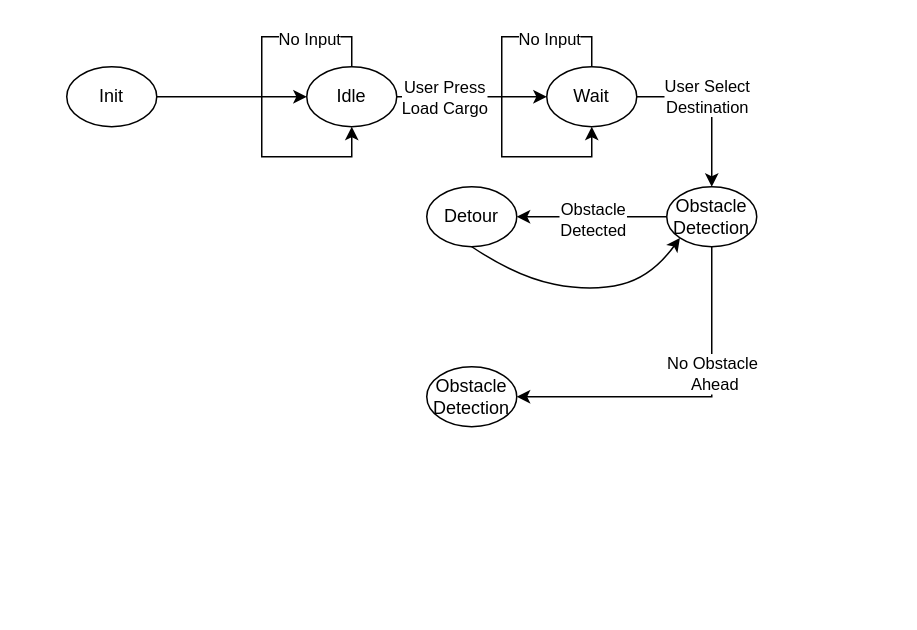
Before: docs/State Machine.drawio in bryanli-ucl/AIPS, a draw.io diagram. Source tidied: cells renumbered, new cells numbered last; positions are measured from the earlier drawing's top-left corner, leaving out a move shared by most shapes. Both pictures are drawn from the tidied source at 150%, with x=0, y=0 at pixel (66, 36).
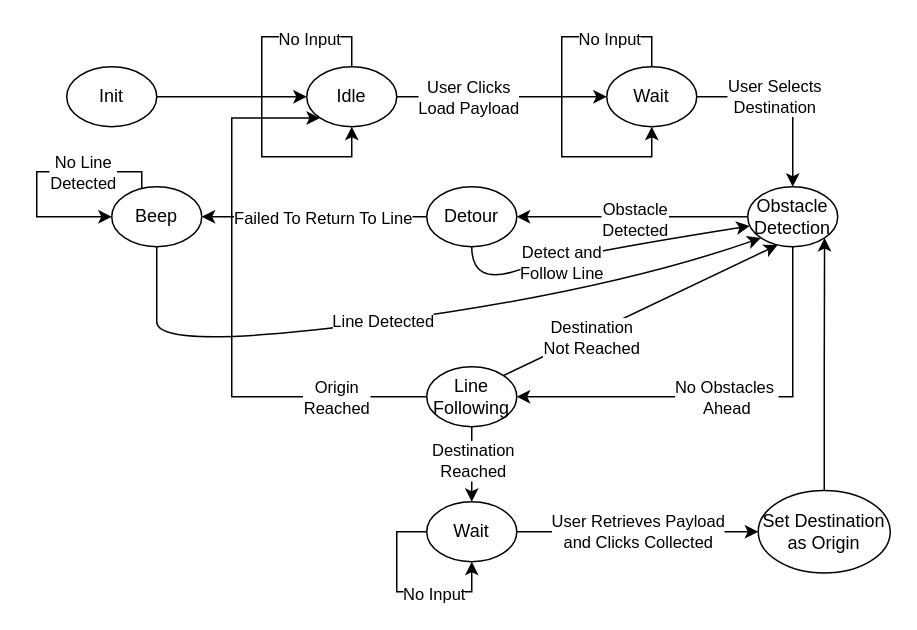
Above is the later version.

Unchanged cells that the change refers to:
```xml
<mxCell id="4" style="edgeStyle=orthogonalEdgeStyle;rounded=0;jettySize=auto;html=1;entryX=0;entryY=0.5;entryDx=0;entryDy=0;" parent="1" edge="1" source="6" target="11">
  <mxGeometry relative="1" as="geometry" />
</mxCell>
<mxCell id="6" value="Idle" style="ellipse;whiteSpace=wrap;html=1;" parent="1" vertex="1">
  <mxGeometry x="160" y="20" width="60" height="40" as="geometry" />
</mxCell>
<mxCell id="9" style="edgeStyle=orthogonalEdgeStyle;rounded=0;jettySize=auto;html=1;" parent="1" edge="1" source="11" target="18">
  <mxGeometry relative="1" as="geometry" />
</mxCell>
<mxCell id="19" value="Detour" style="ellipse;whiteSpace=wrap;html=1;" parent="1" vertex="1">
  <mxGeometry x="240" y="100" width="60" height="40" as="geometry" />
</mxCell>
```

What changed in the source:
```diff
@@
-    <mxCell id="5" value="User Press&lt;div&gt;Load Cargo&lt;/div&gt;" style="edgeLabel;html=1;align=center;verticalAlign=middle;" parent="4" vertex="1">
+    <mxCell id="5" value="User Clicks&lt;div&gt;Load Payload&lt;/div&gt;" style="edgeLabel;html=1;align=center;verticalAlign=middle;" parent="4" vertex="1">
       <mxGeometry x="-0.19" y="2" relative="1" as="geometry">
         <mxPoint x="-10" y="2" as="offset" />
       </mxGeometry>
     </mxCell>
@@
-    <mxCell id="10" value="User Select&lt;div&gt;Destination&lt;/div&gt;" style="edgeLabel;html=1;align=center;verticalAlign=middle;" parent="9" vertex="1">
+    <mxCell id="10" value="User Selects&lt;div&gt;Destination&lt;/div&gt;" style="edgeLabel;html=1;align=center;verticalAlign=middle;" parent="9" vertex="1">
       <mxGeometry x="-0.17" y="1" relative="1" as="geometry" />
     </mxCell>
     <mxCell id="11" value="Wait" style="ellipse;whiteSpace=wrap;html=1;" parent="1" vertex="1">
-      <mxGeometry x="320" y="20" width="60" height="40" as="geometry" />
+      <mxGeometry x="360" y="20" width="60" height="40" as="geometry" />
     </mxCell>
     <mxCell id="12" style="edgeStyle=orthogonalEdgeStyle;rounded=0;orthogonalLoop=1;jettySize=auto;html=1;entryX=0.5;entryY=1;entryDx=0;entryDy=0;" parent="1" edge="1">
       <mxGeometry relative="1" as="geometry">
-        <mxPoint x="350" y="20" as="sourcePoint" />
-        <mxPoint x="350" y="60" as="targetPoint" />
+        <mxPoint x="390" y="20" as="sourcePoint" />
+        <mxPoint x="390" y="60" as="targetPoint" />
         <Array as="points">
-          <mxPoint x="350" />
-          <mxPoint x="290" />
-          <mxPoint x="290" y="80" />
-          <mxPoint x="350" y="80" />
+          <mxPoint x="390" />
+          <mxPoint x="330" />
+          <mxPoint x="330" y="80" />
+          <mxPoint x="390" y="80" />
         </Array>
       </mxGeometry>
     </mxCell>
@@
-    <mxCell id="16" style="edgeStyle=orthogonalEdgeStyle;rounded=0;jettySize=auto;html=1;" parent="1" edge="1" source="18" target="20">
+    <mxCell id="16" style="rounded=0;jettySize=auto;html=1;edgeStyle=orthogonalEdgeStyle;exitX=0.5;exitY=1;exitDx=0;exitDy=0;" parent="1" edge="1" source="18" target="20">
       <mxGeometry relative="1" as="geometry">
         <Array as="points">
-          <mxPoint x="430" y="240" />
+          <mxPoint x="484" y="240" />
         </Array>
       </mxGeometry>
     </mxCell>
-    <mxCell id="17" value="No Obstacle&amp;nbsp;&lt;div&gt;Ahead&lt;/div&gt;" style="edgeLabel;html=1;align=center;verticalAlign=middle;" parent="16" vertex="1">
-      <mxGeometry x="-0.27" y="1" relative="1" as="geometry" />
+    <mxCell id="17" value="No Obstacles&amp;nbsp;&lt;div&gt;Ahead&lt;/div&gt;" style="edgeLabel;html=1;align=center;verticalAlign=middle;" parent="16" vertex="1">
+      <mxGeometry x="-0.27" y="1" relative="1" as="geometry">
+        <mxPoint x="-41" y="-1" as="offset" />
+      </mxGeometry>
     </mxCell>
     <mxCell id="18" value="Obstacle&lt;div&gt;Detection&lt;/div&gt;" style="ellipse;whiteSpace=wrap;html=1;" parent="1" vertex="1">
-      <mxGeometry x="400" y="100" width="60" height="40" as="geometry" />
+      <mxGeometry x="454" y="100" width="60" height="40" as="geometry" />
     </mxCell>
+    <mxCell id="22" style="edgeStyle=orthogonalEdgeStyle;shape=wire;rounded=0;jettySize=auto;html=1;entryX=1;entryY=0.5;entryDx=0;entryDy=0;dashed=1;" parent="1" edge="1" source="19" target="39">
+      <mxGeometry relative="1" as="geometry" />
+    </mxCell>
+    <mxCell id="23" value="Failed To Return To Line" style="edgeLabel;html=1;align=center;verticalAlign=middle;dashed=1;" parent="22" vertex="1">
+      <mxGeometry x="-0.19" y="1" relative="1" as="geometry">
+        <mxPoint x="-9" y="-1" as="offset" />
+      </mxGeometry>
+    </mxCell>
@@
+    <mxCell id="24" style="shape=wire;rounded=0;jettySize=auto;html=1;exitX=1;exitY=0;exitDx=0;exitDy=0;dashed=1;entryX=0.331;entryY=0.97;entryDx=0;entryDy=0;entryPerimeter=0;" parent="1" edge="1" source="20" target="18">
+      <mxGeometry relative="1" as="geometry" />
+    </mxCell>
+    <mxCell id="25" value="Destination&lt;div&gt;Not Reached&lt;/div&gt;" style="edgeLabel;html=1;align=center;verticalAlign=middle;dashed=1;" parent="24" vertex="1">
+      <mxGeometry x="0.09" y="-1" relative="1" as="geometry">
+        <mxPoint x="-41" y="21" as="offset" />
+      </mxGeometry>
+    </mxCell>
+    <mxCell id="26" style="edgeStyle=orthogonalEdgeStyle;shape=wire;rounded=0;jettySize=auto;html=1;dashed=1;" parent="1" edge="1" source="20" target="32">
+      <mxGeometry relative="1" as="geometry">
+        <Array as="points">
+          <mxPoint x="290" y="310" />
+          <mxPoint x="290" y="310" />
+        </Array>
+      </mxGeometry>
+    </mxCell>
+    <mxCell id="27" value="Destination&lt;div&gt;Reached&lt;/div&gt;" style="edgeLabel;html=1;align=center;verticalAlign=middle;dashed=1;" parent="26" vertex="1">
+      <mxGeometry x="-0.12" relative="1" as="geometry" />
+    </mxCell>
+    <mxCell id="28" style="edgeStyle=orthogonalEdgeStyle;shape=wire;rounded=0;jettySize=auto;html=1;dashed=1;entryX=0;entryY=1;entryDx=0;entryDy=0;" parent="1" edge="1" source="20" target="6">
+      <mxGeometry relative="1" as="geometry">
+        <Array as="points">
+          <mxPoint x="110" y="240" />
+          <mxPoint x="110" y="54" />
+        </Array>
+      </mxGeometry>
+    </mxCell>
+    <mxCell id="29" value="Origin&lt;br&gt;&lt;div&gt;Reached&lt;/div&gt;" style="edgeLabel;html=1;align=center;verticalAlign=middle;dashed=1;" parent="28" vertex="1">
+      <mxGeometry x="-0.73" y="1" relative="1" as="geometry">
+        <mxPoint x="-10" y="-1" as="offset" />
+      </mxGeometry>
+    </mxCell>
-    <mxCell id="20" value="Obstacle&lt;div&gt;Detection&lt;/div&gt;" style="ellipse;whiteSpace=wrap;html=1;" parent="1" vertex="1">
+    <mxCell id="20" value="Line&lt;div&gt;Following&lt;/div&gt;" style="ellipse;whiteSpace=wrap;html=1;" parent="1" vertex="1">
       <mxGeometry x="240" y="220" width="60" height="40" as="geometry" />
     </mxCell>
-    <mxCell id="21" style="curved=1;endArrow=classic;html=1;rounded=0;exitX=0.5;exitY=1;exitDx=0;exitDy=0;entryX=0;entryY=1;entryDx=0;entryDy=0;" parent="1" edge="1" source="19" target="18">
+    <mxCell id="21" style="curved=1;endArrow=classic;html=1;rounded=0;exitX=0.5;exitY=1;exitDx=0;exitDy=0;entryX=0.023;entryY=0.654;entryDx=0;entryDy=0;entryPerimeter=0;" parent="1" edge="1" source="19" target="18">
       <mxGeometry relative="1" as="geometry">
         <Array as="points">
-          <mxPoint x="300" y="160" />
-          <mxPoint x="350" y="170" />
-          <mxPoint x="390" y="160" />
+          <mxPoint x="270" y="165.9" />
+          <mxPoint x="330" y="145.9" />
         </Array>
       </mxGeometry>
     </mxCell>
+    <mxCell id="30" value="Detect and&lt;div&gt;Follow Line&lt;/div&gt;" style="edgeLabel;html=1;align=center;verticalAlign=middle;dashed=1;" parent="21" vertex="1">
+      <mxGeometry x="-0.09" relative="1" as="geometry">
+        <mxPoint x="-9" y="6" as="offset" />
+      </mxGeometry>
+    </mxCell>
+    <mxCell id="31" value="User Retrieves Payload&lt;div&gt;and Clicks Collected&lt;/div&gt;" style="edgeStyle=orthogonalEdgeStyle;shape=wire;rounded=0;jettySize=auto;html=1;dashed=1;entryX=0;entryY=0.5;entryDx=0;entryDy=0;" parent="1" edge="1" source="32" target="36">
+      <mxGeometry relative="1" as="geometry" />
+    </mxCell>
+    <mxCell id="32" value="Wait" style="ellipse;whiteSpace=wrap;html=1;" parent="1" vertex="1">
+      <mxGeometry x="240" y="310" width="60" height="40" as="geometry" />
+    </mxCell>
+    <mxCell id="33" style="edgeStyle=orthogonalEdgeStyle;shape=wire;rounded=0;orthogonalLoop=1;jettySize=auto;html=1;exitX=0;exitY=0.5;exitDx=0;exitDy=0;dashed=1;" parent="1" edge="1" source="32" target="32">
+      <mxGeometry relative="1" as="geometry" />
+    </mxCell>
+    <mxCell id="34" value="No Input" style="edgeLabel;html=1;align=center;verticalAlign=middle;dashed=1;" parent="33" vertex="1">
+      <mxGeometry x="0.29" y="-1" relative="1" as="geometry" />
+    </mxCell>
+    <mxCell id="35" style="edgeStyle=orthogonalEdgeStyle;rounded=0;jettySize=auto;html=1;exitX=0.5;exitY=0;exitDx=0;exitDy=0;entryX=1;entryY=1;entryDx=0;entryDy=0;" parent="1" edge="1" source="36" target="18">
+      <mxGeometry relative="1" as="geometry" />
+    </mxCell>
+    <mxCell id="36" value="Set Destination as Origin" style="ellipse;whiteSpace=wrap;html=1;" parent="1" vertex="1">
+      <mxGeometry x="461" y="302.5" width="88" height="55" as="geometry" />
+    </mxCell>
+    <mxCell id="37" style="edgeStyle=orthogonalEdgeStyle;shape=wire;rounded=0;jettySize=auto;html=1;dashed=1;entryX=0;entryY=0.5;entryDx=0;entryDy=0;" parent="1" edge="1" target="39">
+      <mxGeometry relative="1" as="geometry">
+        <mxPoint x="40" y="110" as="sourcePoint" />
+        <Array as="points">
+          <mxPoint x="50" y="110" />
+          <mxPoint x="50" y="90" />
+          <mxPoint x="-20" y="90" />
+          <mxPoint x="-20" y="120" />
+        </Array>
+      </mxGeometry>
+    </mxCell>
+    <mxCell id="38" value="No Line&lt;div&gt;Detected&lt;/div&gt;" style="edgeLabel;html=1;align=center;verticalAlign=middle;dashed=1;" parent="37" vertex="1">
+      <mxGeometry x="-0.28" relative="1" as="geometry">
+        <mxPoint x="-5" as="offset" />
+      </mxGeometry>
+    </mxCell>
+    <mxCell id="39" value="Beep" style="ellipse;whiteSpace=wrap;html=1;" parent="1" vertex="1">
+      <mxGeometry x="30" y="100" width="60" height="40" as="geometry" />
+    </mxCell>
+    <mxCell id="40" style="curved=1;endArrow=classic;html=1;rounded=0;exitX=0.5;exitY=1;exitDx=0;exitDy=0;entryX=0;entryY=1;entryDx=0;entryDy=0;" parent="1" edge="1" source="39" target="18">
+      <mxGeometry relative="1" as="geometry">
+        <Array as="points">
+          <mxPoint x="60" y="170" />
+          <mxPoint x="60" y="210" />
+          <mxPoint x="360" y="170" />
+        </Array>
+      </mxGeometry>
+    </mxCell>
+    <mxCell id="41" value="Line Detected" style="edgeLabel;html=1;align=center;verticalAlign=middle;dashed=1;" parent="40" vertex="1">
+      <mxGeometry x="-0.45" y="2" relative="1" as="geometry">
+        <mxPoint x="89" y="-10" as="offset" />
+      </mxGeometry>
+    </mxCell>
```
